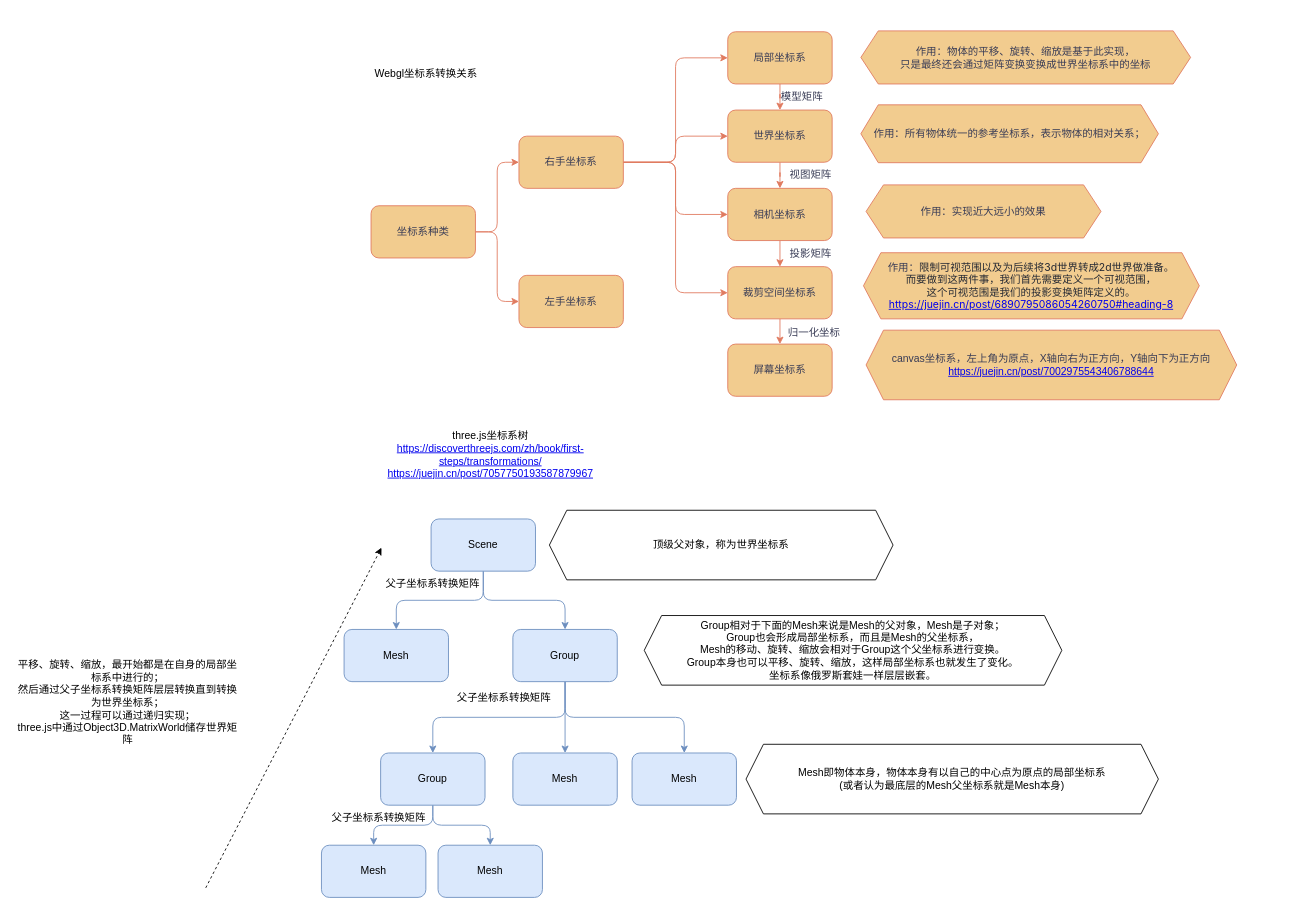
This is webgl three.js坐标系总结.drawio from linghuchong-asen/draw.io, a draw.io file, before an edit. Source tidied: cells renumbered, new cells numbered last; positions are measured from the earlier drawing's top-left corner, leaving out a move shared by most shapes. Both pictures are drawn from the tidied source at 87%, with x=0, y=0 at pixel (15, 30).
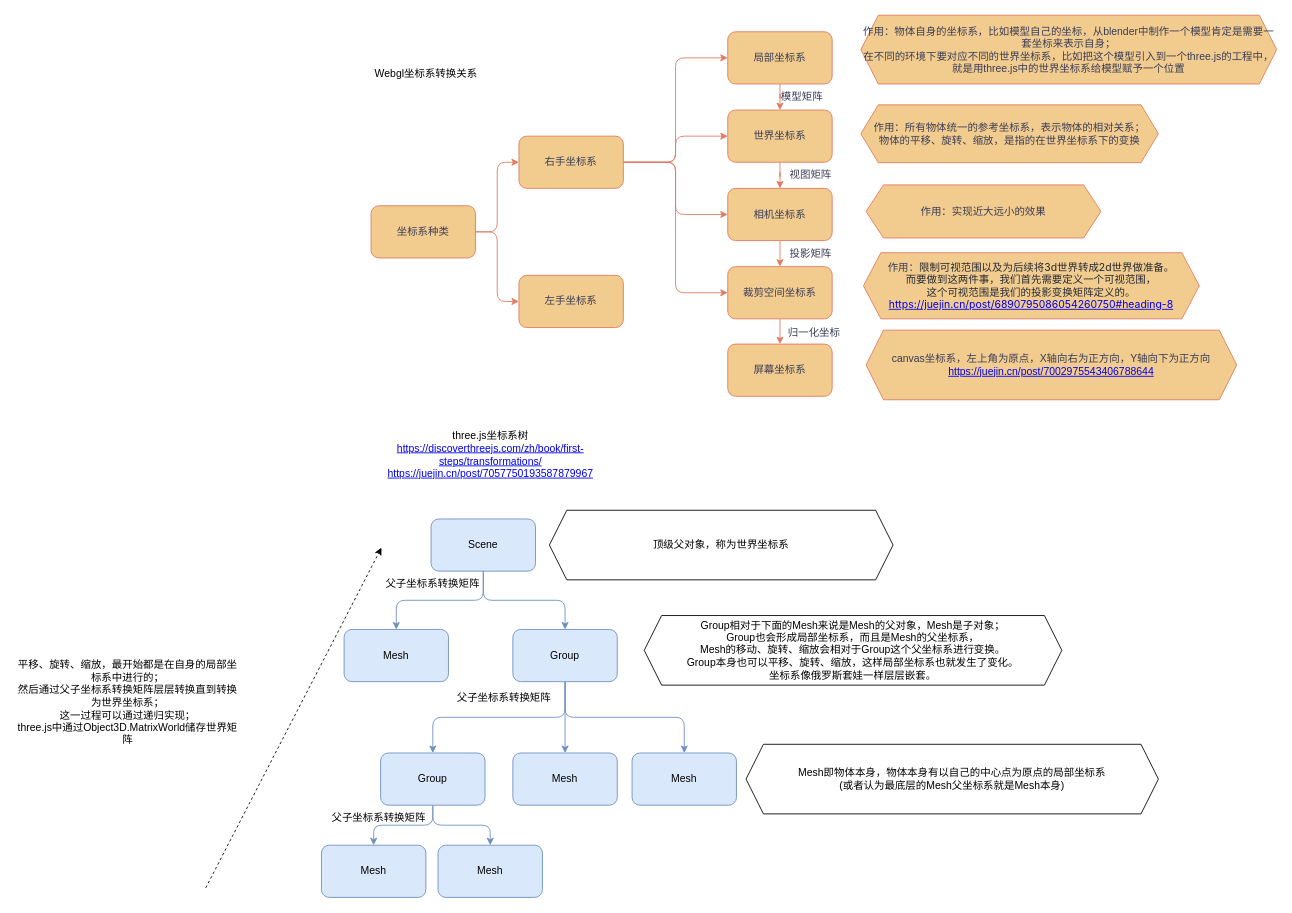
After the change.

Commit message:
更新webgl three.js坐标系总结.drawio

Diff of the diagram source:
```diff
@@
-    <mxCell id="26" value="作用：所有物体统一的参考坐标系，表示物体的相对关系；&lt;br&gt;" style="shape=hexagon;perimeter=hexagonPerimeter2;whiteSpace=wrap;html=1;fixedSize=1;labelBackgroundColor=none;fillColor=#F2CC8F;strokeColor=#E07A5F;fontColor=#393C56;rounded=0;" parent="1" vertex="1">
+    <mxCell id="26" value="作用：所有物体统一的参考坐标系，表示物体的相对关系；&lt;br&gt;物体的平移、旋转、缩放，是指的在世界坐标系下的变换" style="shape=hexagon;perimeter=hexagonPerimeter2;whiteSpace=wrap;html=1;fixedSize=1;labelBackgroundColor=none;fillColor=#F2CC8F;strokeColor=#E07A5F;fontColor=#393C56;rounded=0;" parent="1" vertex="1">
       <mxGeometry x="972" y="85" width="342" height="66.5" as="geometry" />
     </mxCell>
@@
-    <mxCell id="28" value="作用：物体的平移、旋转、缩放是基于此实现，&lt;br&gt;只是最终还会通过矩阵变换变换成世界坐标系中的坐标" style="shape=hexagon;perimeter=hexagonPerimeter2;whiteSpace=wrap;html=1;fixedSize=1;labelBackgroundColor=none;fillColor=#F2CC8F;strokeColor=#E07A5F;fontColor=#393C56;rounded=0;" parent="1" vertex="1">
-      <mxGeometry x="972" width="379" height="61" as="geometry" />
+    <mxCell id="28" value="作用：物体自身的坐标系，比如模型自己的坐标，从blender中制作一个模型肯定是需要一套坐标来表示自身；&lt;br&gt;在不同的环境下要对应不同的世界坐标系，比如把这个模型引入到一个three.js的工程中，就是用three.js中的世界坐标系给模型赋予一个位置" style="shape=hexagon;perimeter=hexagonPerimeter2;whiteSpace=wrap;html=1;fixedSize=1;labelBackgroundColor=none;fillColor=#F2CC8F;strokeColor=#E07A5F;fontColor=#393C56;rounded=0;" parent="1" vertex="1">
+      <mxGeometry x="972" y="-18" width="478" height="79" as="geometry" />
     </mxCell>
```
